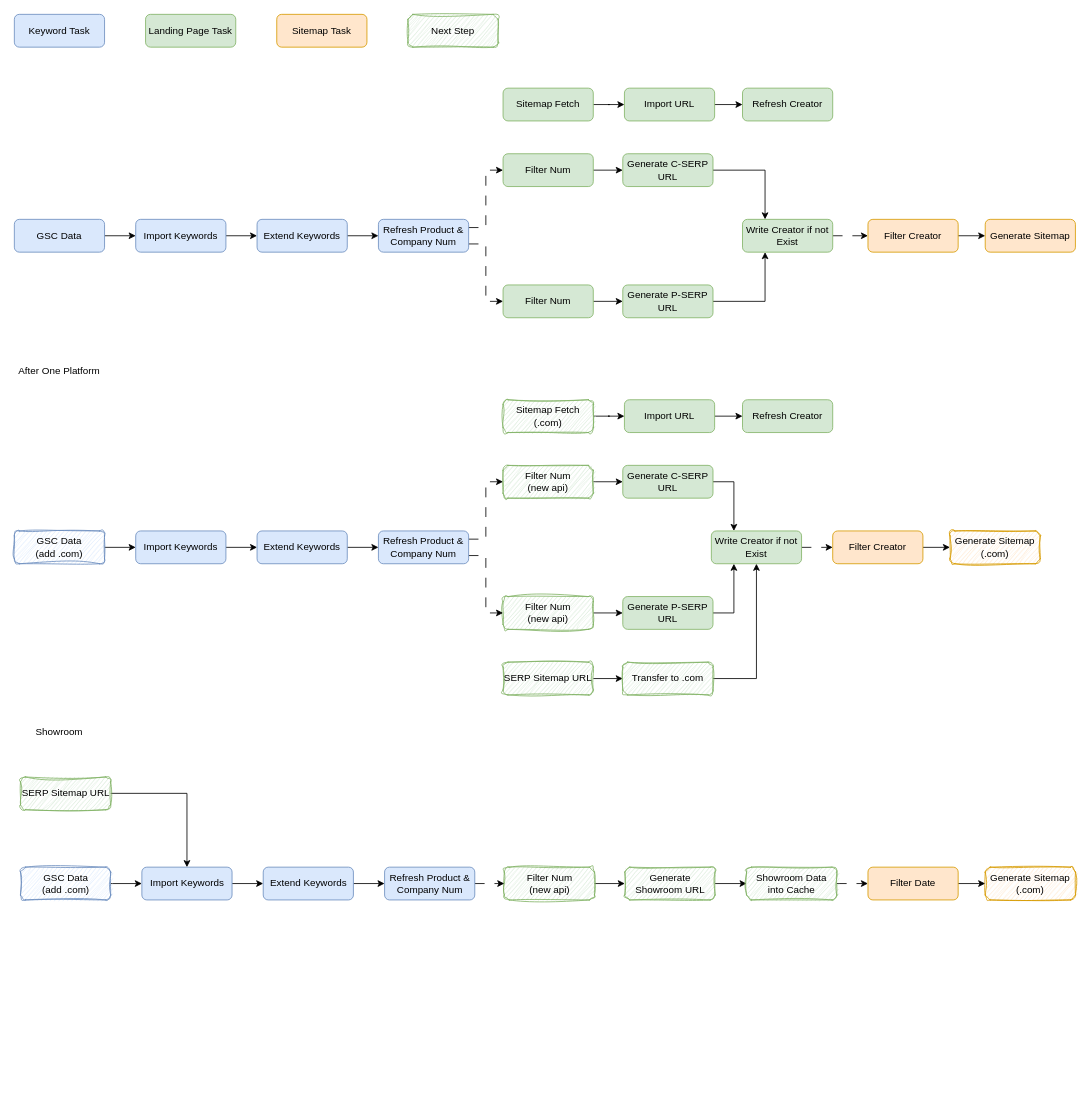
Before: drawio/ep_sitemap.drawio in VisableHarry/seo-drawio, a draw.io diagram. Source tidied: cells renumbered, new cells numbered last; positions are measured from the earlier drawing's top-left corner, leaving out a move shared by most shapes. Both pictures are drawn from the tidied source at 82%, with x=0, y=0 at pixel (14, 14).
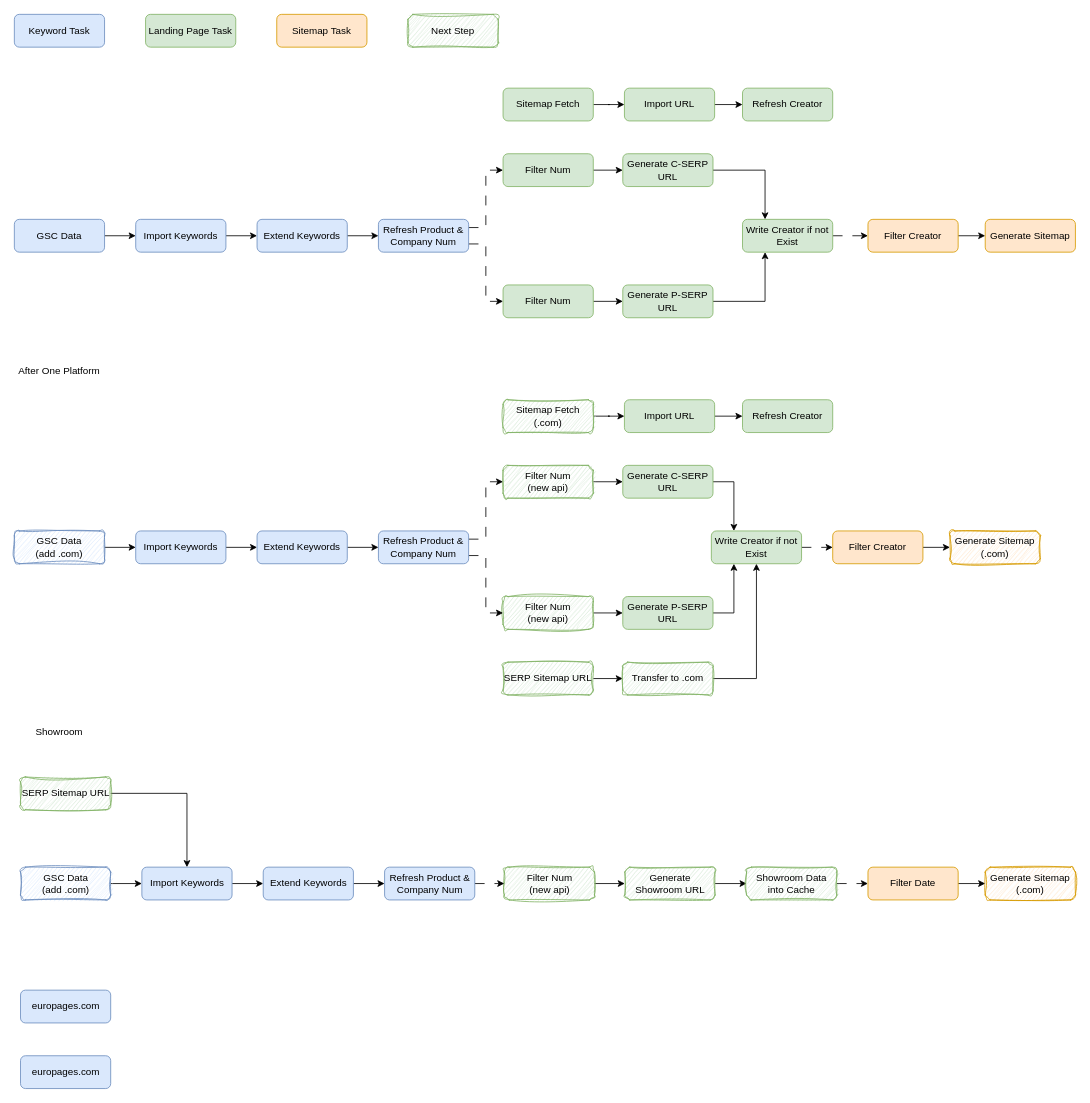
After the change.

Change to the diagram source:
```diff
@@
+    <mxCell id="85" value="europages.com" style="rounded=1;whiteSpace=wrap;html=1;fillColor=#dae8fc;strokeColor=#6c8ebf;" parent="1" vertex="1">
+      <mxGeometry x="7.5" y="1190" width="110" height="40" as="geometry" />
+    </mxCell>
+    <mxCell id="86" value="europages.com" style="rounded=1;whiteSpace=wrap;html=1;fillColor=#dae8fc;strokeColor=#6c8ebf;" parent="1" vertex="1">
+      <mxGeometry x="7.5" y="1270" width="110" height="40" as="geometry" />
+    </mxCell>
```
